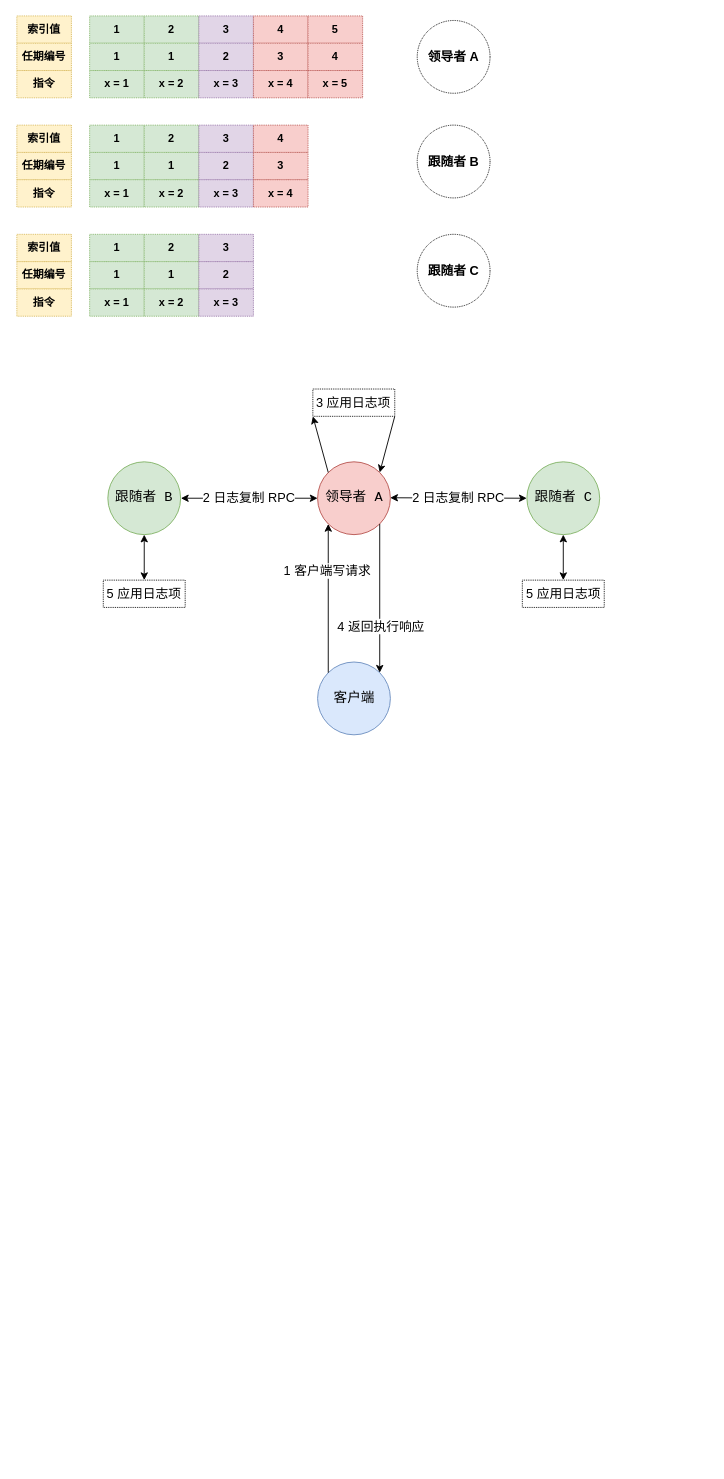
ming3000/draw_io keeps this draw.io diagram as raft_msg.drawio. Above is the earlier version. Source tidied: cells renumbered, new cells numbered last; positions are measured from the earlier drawing's top-left corner, leaving out a move shared by most shapes. Both pictures are drawn from the tidied source at 91%, with x=0, y=0 at pixel (16, 15).
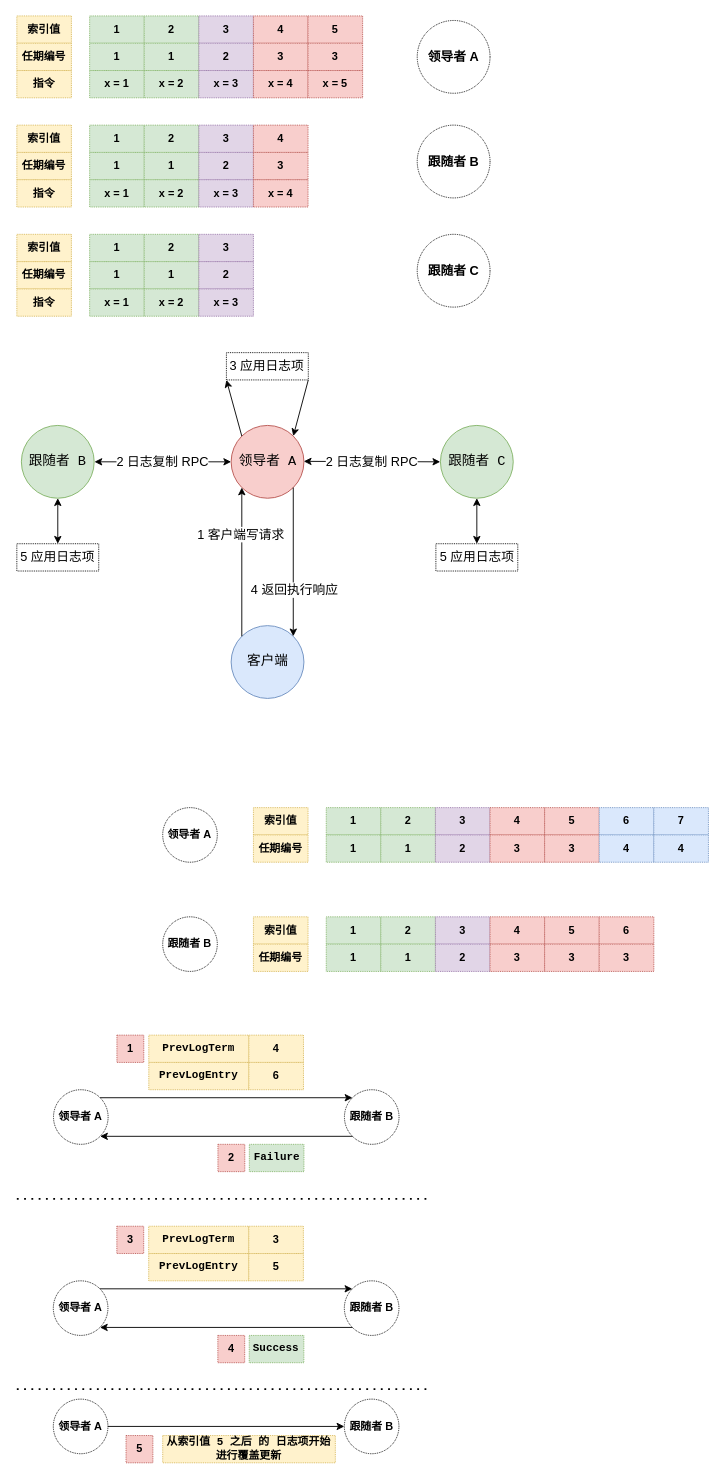
After the change.

The edit, as a diff of the source:
```diff
@@
-    <mxCell id="24" value="4" style="rounded=0;whiteSpace=wrap;html=1;fontStyle=1;dashed=1;dashPattern=1 1;fillColor=#f8cecc;strokeColor=#b85450;" parent="1" vertex="1">
+    <mxCell id="24" value="3" style="rounded=0;whiteSpace=wrap;html=1;fontStyle=1;dashed=1;dashPattern=1 1;fillColor=#f8cecc;strokeColor=#b85450;" parent="1" vertex="1">
       <mxGeometry x="320" y="30" width="60" height="30" as="geometry" />
     </mxCell>
@@
     <mxCell id="50" value="跟随者 B" style="ellipse;whiteSpace=wrap;html=1;fontFamily=Courier New;fontSize=15;fillColor=#d5e8d4;strokeColor=#82b366;" parent="1" vertex="1">
-      <mxGeometry x="100" y="490" width="80" height="80" as="geometry" />
+      <mxGeometry x="5" y="450" width="80" height="80" as="geometry" />
     </mxCell>
     <mxCell id="51" value="跟随者 C" style="ellipse;whiteSpace=wrap;html=1;fontFamily=Courier New;fontSize=15;fillColor=#d5e8d4;strokeColor=#82b366;" parent="1" vertex="1">
-      <mxGeometry x="560.5" y="490" width="80" height="80" as="geometry" />
+      <mxGeometry x="465.5" y="450" width="80" height="80" as="geometry" />
     </mxCell>
     <mxCell id="52" value="领导者 A" style="ellipse;whiteSpace=wrap;html=1;fontFamily=Courier New;fontSize=15;fillColor=#f8cecc;strokeColor=#b85450;" parent="1" vertex="1">
-      <mxGeometry x="330.5" y="490" width="80" height="80" as="geometry" />
+      <mxGeometry x="235.5" y="450" width="80" height="80" as="geometry" />
     </mxCell>
     <mxCell id="53" value="2 日志复制 RPC" style="endArrow=classic;startArrow=classic;html=1;rounded=0;fontSize=14;entryX=0;entryY=0.5;entryDx=0;entryDy=0;" parent="1" edge="1" target="52">
       <mxGeometry relative="1" as="geometry">
-        <mxPoint x="180.3" y="530" as="sourcePoint" />
+        <mxPoint x="85.3" y="490" as="sourcePoint" />
       </mxGeometry>
     </mxCell>
     <mxCell id="54" value="2 日志复制 RPC" style="endArrow=classic;startArrow=classic;html=1;rounded=0;fontSize=14;" parent="1" edge="1">
       <mxGeometry relative="1" as="geometry">
-        <mxPoint x="410.3" y="529.5" as="sourcePoint" />
-        <mxPoint x="560.3" y="530" as="targetPoint" />
+        <mxPoint x="315.3" y="489.5" as="sourcePoint" />
+        <mxPoint x="465.3" y="490" as="targetPoint" />
       </mxGeometry>
     </mxCell>
     <mxCell id="55" value="客户端" style="ellipse;whiteSpace=wrap;html=1;fontFamily=Courier New;fontSize=15;fillColor=#dae8fc;strokeColor=#6c8ebf;" parent="1" vertex="1">
-      <mxGeometry x="330.5" y="710" width="80" height="80" as="geometry" />
+      <mxGeometry x="235.5" y="670" width="80" height="80" as="geometry" />
     </mxCell>
@@
     <mxCell id="60" value="3 应用日志项" style="rounded=0;whiteSpace=wrap;html=1;dashed=1;dashPattern=1 1;fontSize=14;" parent="1" vertex="1">
-      <mxGeometry x="325.3" y="410" width="90" height="30" as="geometry" />
+      <mxGeometry x="230.3" y="370" width="90" height="30" as="geometry" />
     </mxCell>
@@
     <mxCell id="63" value="5 应用日志项" style="rounded=0;whiteSpace=wrap;html=1;dashed=1;dashPattern=1 1;fontSize=14;" parent="1" vertex="1">
-      <mxGeometry x="95" y="620" width="90" height="30" as="geometry" />
+      <mxGeometry y="580" width="90" height="30" as="geometry" />
     </mxCell>
     <mxCell id="64" value="5 应用日志项" style="rounded=0;whiteSpace=wrap;html=1;dashed=1;dashPattern=1 1;fontSize=14;" parent="1" vertex="1">
-      <mxGeometry x="555.5" y="620" width="90" height="30" as="geometry" />
+      <mxGeometry x="460.5" y="580" width="90" height="30" as="geometry" />
     </mxCell>
@@
+    <mxCell id="67" value="索引值" style="rounded=0;whiteSpace=wrap;html=1;fontStyle=1;dashed=1;dashPattern=1 1;fillColor=#fff2cc;strokeColor=#d6b656;" parent="1" vertex="1">
+      <mxGeometry x="260" y="870" width="60" height="30" as="geometry" />
+    </mxCell>
+    <mxCell id="68" value="任期编号" style="rounded=0;whiteSpace=wrap;html=1;fontStyle=1;dashed=1;dashPattern=1 1;fillColor=#fff2cc;strokeColor=#d6b656;" parent="1" vertex="1">
+      <mxGeometry x="260" y="900" width="60" height="30" as="geometry" />
+    </mxCell>
+    <mxCell id="69" value="1" style="rounded=0;whiteSpace=wrap;html=1;fontStyle=1;dashed=1;dashPattern=1 1;fillColor=#d5e8d4;strokeColor=#82b366;" parent="1" vertex="1">
+      <mxGeometry x="340" y="870" width="60" height="30" as="geometry" />
+    </mxCell>
+    <mxCell id="70" value="1" style="rounded=0;whiteSpace=wrap;html=1;fontStyle=1;dashed=1;dashPattern=1 1;fillColor=#d5e8d4;strokeColor=#82b366;" parent="1" vertex="1">
+      <mxGeometry x="340" y="900" width="60" height="30" as="geometry" />
+    </mxCell>
+    <mxCell id="71" value="索引值" style="rounded=0;whiteSpace=wrap;html=1;fontStyle=1;dashed=1;dashPattern=1 1;fillColor=#fff2cc;strokeColor=#d6b656;" parent="1" vertex="1">
+      <mxGeometry x="260" y="990" width="60" height="30" as="geometry" />
+    </mxCell>
+    <mxCell id="72" value="任期编号" style="rounded=0;whiteSpace=wrap;html=1;fontStyle=1;dashed=1;dashPattern=1 1;fillColor=#fff2cc;strokeColor=#d6b656;" parent="1" vertex="1">
+      <mxGeometry x="260" y="1020" width="60" height="30" as="geometry" />
+    </mxCell>
+    <mxCell id="73" value="2" style="rounded=0;whiteSpace=wrap;html=1;fontStyle=1;dashed=1;dashPattern=1 1;fillColor=#d5e8d4;strokeColor=#82b366;" parent="1" vertex="1">
+      <mxGeometry x="400" y="870" width="60" height="30" as="geometry" />
+    </mxCell>
+    <mxCell id="74" value="1" style="rounded=0;whiteSpace=wrap;html=1;fontStyle=1;dashed=1;dashPattern=1 1;fillColor=#d5e8d4;strokeColor=#82b366;" parent="1" vertex="1">
+      <mxGeometry x="400" y="900" width="60" height="30" as="geometry" />
+    </mxCell>
+    <mxCell id="75" value="3" style="rounded=0;whiteSpace=wrap;html=1;fontStyle=1;dashed=1;dashPattern=1 1;fillColor=#e1d5e7;strokeColor=#9673a6;" parent="1" vertex="1">
+      <mxGeometry x="460" y="870" width="60" height="30" as="geometry" />
+    </mxCell>
+    <mxCell id="76" value="2" style="rounded=0;whiteSpace=wrap;html=1;fontStyle=1;dashed=1;dashPattern=1 1;fillColor=#e1d5e7;strokeColor=#9673a6;" parent="1" vertex="1">
+      <mxGeometry x="460" y="900" width="60" height="30" as="geometry" />
+    </mxCell>
+    <mxCell id="77" value="4" style="rounded=0;whiteSpace=wrap;html=1;fontStyle=1;dashed=1;dashPattern=1 1;fillColor=#f8cecc;strokeColor=#b85450;" parent="1" vertex="1">
+      <mxGeometry x="520" y="870" width="60" height="30" as="geometry" />
+    </mxCell>
+    <mxCell id="78" value="3" style="rounded=0;whiteSpace=wrap;html=1;fontStyle=1;dashed=1;dashPattern=1 1;fillColor=#f8cecc;strokeColor=#b85450;" parent="1" vertex="1">
+      <mxGeometry x="520" y="900" width="60" height="30" as="geometry" />
+    </mxCell>
+    <mxCell id="79" value="5" style="rounded=0;whiteSpace=wrap;html=1;fontStyle=1;dashed=1;dashPattern=1 1;fillColor=#f8cecc;strokeColor=#b85450;" parent="1" vertex="1">
+      <mxGeometry x="580" y="870" width="60" height="30" as="geometry" />
+    </mxCell>
+    <mxCell id="80" value="3" style="rounded=0;whiteSpace=wrap;html=1;fontStyle=1;dashed=1;dashPattern=1 1;fillColor=#f8cecc;strokeColor=#b85450;" parent="1" vertex="1">
+      <mxGeometry x="580" y="900" width="60" height="30" as="geometry" />
+    </mxCell>
+    <mxCell id="81" value="1" style="rounded=0;whiteSpace=wrap;html=1;fontStyle=1;dashed=1;dashPattern=1 1;fillColor=#d5e8d4;strokeColor=#82b366;" parent="1" vertex="1">
+      <mxGeometry x="340" y="990" width="60" height="30" as="geometry" />
+    </mxCell>
+    <mxCell id="82" value="1" style="rounded=0;whiteSpace=wrap;html=1;fontStyle=1;dashed=1;dashPattern=1 1;fillColor=#d5e8d4;strokeColor=#82b366;" parent="1" vertex="1">
+      <mxGeometry x="340" y="1020" width="60" height="30" as="geometry" />
+    </mxCell>
+    <mxCell id="83" value="2" style="rounded=0;whiteSpace=wrap;html=1;fontStyle=1;dashed=1;dashPattern=1 1;fillColor=#d5e8d4;strokeColor=#82b366;" parent="1" vertex="1">
+      <mxGeometry x="400" y="990" width="60" height="30" as="geometry" />
+    </mxCell>
+    <mxCell id="84" value="1" style="rounded=0;whiteSpace=wrap;html=1;fontStyle=1;dashed=1;dashPattern=1 1;fillColor=#d5e8d4;strokeColor=#82b366;" parent="1" vertex="1">
+      <mxGeometry x="400" y="1020" width="60" height="30" as="geometry" />
+    </mxCell>
+    <mxCell id="85" value="3" style="rounded=0;whiteSpace=wrap;html=1;fontStyle=1;dashed=1;dashPattern=1 1;fillColor=#e1d5e7;strokeColor=#9673a6;" parent="1" vertex="1">
+      <mxGeometry x="460" y="990" width="60" height="30" as="geometry" />
+    </mxCell>
+    <mxCell id="86" value="2" style="rounded=0;whiteSpace=wrap;html=1;fontStyle=1;dashed=1;dashPattern=1 1;fillColor=#e1d5e7;strokeColor=#9673a6;" parent="1" vertex="1">
+      <mxGeometry x="460" y="1020" width="60" height="30" as="geometry" />
+    </mxCell>
+    <mxCell id="87" value="4" style="rounded=0;whiteSpace=wrap;html=1;fontStyle=1;dashed=1;dashPattern=1 1;fillColor=#f8cecc;strokeColor=#b85450;" parent="1" vertex="1">
+      <mxGeometry x="520" y="990" width="60" height="30" as="geometry" />
+    </mxCell>
+    <mxCell id="88" value="3" style="rounded=0;whiteSpace=wrap;html=1;fontStyle=1;dashed=1;dashPattern=1 1;fillColor=#f8cecc;strokeColor=#b85450;" parent="1" vertex="1">
+      <mxGeometry x="520" y="1020" width="60" height="30" as="geometry" />
+    </mxCell>
+    <mxCell id="89" value="领导者 A" style="ellipse;whiteSpace=wrap;html=1;dashed=1;dashPattern=1 1;fontStyle=1;fontSize=12;" parent="1" vertex="1">
+      <mxGeometry x="160.3" y="870" width="60" height="60" as="geometry" />
+    </mxCell>
+    <mxCell id="90" value="跟随者 B" style="ellipse;whiteSpace=wrap;html=1;dashed=1;dashPattern=1 1;fontStyle=1;fontSize=12;" parent="1" vertex="1">
+      <mxGeometry x="160.3" y="990" width="60" height="60" as="geometry" />
+    </mxCell>
+    <mxCell id="91" value="5" style="rounded=0;whiteSpace=wrap;html=1;fontStyle=1;dashed=1;dashPattern=1 1;fillColor=#f8cecc;strokeColor=#b85450;" parent="1" vertex="1">
+      <mxGeometry x="580" y="990" width="60" height="30" as="geometry" />
+    </mxCell>
+    <mxCell id="92" value="3" style="rounded=0;whiteSpace=wrap;html=1;fontStyle=1;dashed=1;dashPattern=1 1;fillColor=#f8cecc;strokeColor=#b85450;" parent="1" vertex="1">
+      <mxGeometry x="580" y="1020" width="60" height="30" as="geometry" />
+    </mxCell>
+    <mxCell id="93" value="6" style="rounded=0;whiteSpace=wrap;html=1;fontStyle=1;dashed=1;dashPattern=1 1;fillColor=#dae8fc;strokeColor=#6c8ebf;" parent="1" vertex="1">
+      <mxGeometry x="640" y="870" width="60" height="30" as="geometry" />
+    </mxCell>
+    <mxCell id="94" value="4" style="rounded=0;whiteSpace=wrap;html=1;fontStyle=1;dashed=1;dashPattern=1 1;fillColor=#dae8fc;strokeColor=#6c8ebf;" parent="1" vertex="1">
+      <mxGeometry x="640" y="900" width="60" height="30" as="geometry" />
+    </mxCell>
+    <mxCell id="95" value="7" style="rounded=0;whiteSpace=wrap;html=1;fontStyle=1;dashed=1;dashPattern=1 1;fillColor=#dae8fc;strokeColor=#6c8ebf;" parent="1" vertex="1">
+      <mxGeometry x="700" y="870" width="60" height="30" as="geometry" />
+    </mxCell>
+    <mxCell id="96" value="4" style="rounded=0;whiteSpace=wrap;html=1;fontStyle=1;dashed=1;dashPattern=1 1;fillColor=#dae8fc;strokeColor=#6c8ebf;" parent="1" vertex="1">
+      <mxGeometry x="700" y="900" width="60" height="30" as="geometry" />
+    </mxCell>
+    <mxCell id="97" value="6" style="rounded=0;whiteSpace=wrap;html=1;fontStyle=1;dashed=1;dashPattern=1 1;fillColor=#f8cecc;strokeColor=#b85450;" parent="1" vertex="1">
+      <mxGeometry x="640" y="990" width="60" height="30" as="geometry" />
+    </mxCell>
+    <mxCell id="98" value="3" style="rounded=0;whiteSpace=wrap;html=1;fontStyle=1;dashed=1;dashPattern=1 1;fillColor=#f8cecc;strokeColor=#b85450;" parent="1" vertex="1">
+      <mxGeometry x="640" y="1020" width="60" height="30" as="geometry" />
+    </mxCell>
+    <mxCell id="99" value="PrevLogTerm" style="rounded=0;whiteSpace=wrap;fontStyle=1;dashed=1;dashPattern=1 1;fillColor=#fff2cc;strokeColor=#d6b656;fontSize=12;fontFamily=Courier New;align=center;" parent="1" vertex="1">
+      <mxGeometry x="145" y="1120" width="110" height="30" as="geometry" />
+    </mxCell>
+    <mxCell id="100" value="PrevLogEntry" style="rounded=0;whiteSpace=wrap;fontStyle=1;dashed=1;dashPattern=1 1;fillColor=#fff2cc;strokeColor=#d6b656;fontSize=12;fontFamily=Courier New;align=center;" parent="1" vertex="1">
+      <mxGeometry x="145" y="1150" width="110" height="30" as="geometry" />
+    </mxCell>
+    <mxCell id="101" value="领导者 A" style="ellipse;whiteSpace=wrap;html=1;dashed=1;dashPattern=1 1;fontStyle=1;fontSize=12;" parent="1" vertex="1">
+      <mxGeometry x="40.3" y="1180" width="60" height="60" as="geometry" />
+    </mxCell>
+    <mxCell id="102" value="跟随者 B" style="ellipse;whiteSpace=wrap;html=1;dashed=1;dashPattern=1 1;fontStyle=1;fontSize=12;" parent="1" vertex="1">
+      <mxGeometry x="360" y="1180" width="60" height="60" as="geometry" />
+    </mxCell>
+    <mxCell id="103" value="4" style="rounded=0;whiteSpace=wrap;html=1;fontStyle=1;dashed=1;dashPattern=1 1;fillColor=#fff2cc;strokeColor=#d6b656;" parent="1" vertex="1">
+      <mxGeometry x="255" y="1120" width="60" height="30" as="geometry" />
+    </mxCell>
+    <mxCell id="104" value="6" style="rounded=0;whiteSpace=wrap;html=1;fontStyle=1;dashed=1;dashPattern=1 1;fillColor=#fff2cc;strokeColor=#d6b656;" parent="1" vertex="1">
+      <mxGeometry x="255" y="1150" width="60" height="30" as="geometry" />
+    </mxCell>
+    <mxCell id="105" style="endArrow=classic;html=1;rounded=0;fontFamily=Courier New;fontSize=12;exitX=1;exitY=0;exitDx=0;exitDy=0;entryX=0;entryY=0;entryDx=0;entryDy=0;" parent="1" edge="1" source="101" target="102">
+      <mxGeometry relative="1" as="geometry" />
+    </mxCell>
+    <mxCell id="106" value="1" style="rounded=0;whiteSpace=wrap;html=1;fontStyle=1;dashed=1;dashPattern=1 1;fillColor=#f8cecc;strokeColor=#b85450;" parent="1" vertex="1">
+      <mxGeometry x="110" y="1120" width="29.5" height="30" as="geometry" />
+    </mxCell>
+    <mxCell id="107" value="2" style="rounded=0;whiteSpace=wrap;html=1;fontStyle=1;dashed=1;dashPattern=1 1;fillColor=#f8cecc;strokeColor=#b85450;" parent="1" vertex="1">
+      <mxGeometry x="221" y="1240" width="29.5" height="30" as="geometry" />
+    </mxCell>
+    <mxCell id="108" value="Failure" style="rounded=0;whiteSpace=wrap;html=1;fontStyle=1;dashed=1;dashPattern=1 1;fillColor=#d5e8d4;strokeColor=#82b366;fontFamily=Courier New;" parent="1" vertex="1">
+      <mxGeometry x="255.5" y="1240" width="60" height="30" as="geometry" />
+    </mxCell>
+    <mxCell id="109" style="endArrow=classic;html=1;rounded=0;fontFamily=Courier New;fontSize=12;exitX=0;exitY=1;exitDx=0;exitDy=0;entryX=1;entryY=1;entryDx=0;entryDy=0;" parent="1" edge="1" source="102" target="101">
+      <mxGeometry relative="1" as="geometry" />
+    </mxCell>
+    <mxCell id="110" value="PrevLogTerm" style="rounded=0;whiteSpace=wrap;fontStyle=1;dashed=1;dashPattern=1 1;fillColor=#fff2cc;strokeColor=#d6b656;fontSize=12;fontFamily=Courier New;align=center;" parent="1" vertex="1">
+      <mxGeometry x="144.9" y="1330" width="110" height="30" as="geometry" />
+    </mxCell>
+    <mxCell id="111" value="PrevLogEntry" style="rounded=0;whiteSpace=wrap;fontStyle=1;dashed=1;dashPattern=1 1;fillColor=#fff2cc;strokeColor=#d6b656;fontSize=12;fontFamily=Courier New;align=center;" parent="1" vertex="1">
+      <mxGeometry x="144.9" y="1360" width="110" height="30" as="geometry" />
+    </mxCell>
+    <mxCell id="112" value="领导者 A" style="ellipse;whiteSpace=wrap;html=1;dashed=1;dashPattern=1 1;fontStyle=1;fontSize=12;" parent="1" vertex="1">
+      <mxGeometry x="40.1" y="1390" width="60" height="60" as="geometry" />
+    </mxCell>
+    <mxCell id="113" value="跟随者 B" style="ellipse;whiteSpace=wrap;html=1;dashed=1;dashPattern=1 1;fontStyle=1;fontSize=12;" parent="1" vertex="1">
+      <mxGeometry x="359.9" y="1390" width="60" height="60" as="geometry" />
+    </mxCell>
+    <mxCell id="114" value="3" style="rounded=0;whiteSpace=wrap;html=1;fontStyle=1;dashed=1;dashPattern=1 1;fillColor=#fff2cc;strokeColor=#d6b656;" parent="1" vertex="1">
+      <mxGeometry x="254.9" y="1330" width="60" height="30" as="geometry" />
+    </mxCell>
+    <mxCell id="115" value="5" style="rounded=0;whiteSpace=wrap;html=1;fontStyle=1;dashed=1;dashPattern=1 1;fillColor=#fff2cc;strokeColor=#d6b656;" parent="1" vertex="1">
+      <mxGeometry x="254.9" y="1360" width="60" height="30" as="geometry" />
+    </mxCell>
+    <mxCell id="116" style="endArrow=classic;html=1;rounded=0;fontFamily=Courier New;fontSize=12;exitX=1;exitY=0;exitDx=0;exitDy=0;entryX=0;entryY=0;entryDx=0;entryDy=0;" parent="1" edge="1" source="112" target="113">
+      <mxGeometry relative="1" as="geometry" />
+    </mxCell>
+    <mxCell id="117" value="3" style="rounded=0;whiteSpace=wrap;html=1;fontStyle=1;dashed=1;dashPattern=1 1;fillColor=#f8cecc;strokeColor=#b85450;" parent="1" vertex="1">
+      <mxGeometry x="109.9" y="1330" width="29.5" height="30" as="geometry" />
+    </mxCell>
+    <mxCell id="118" value="4" style="rounded=0;whiteSpace=wrap;html=1;fontStyle=1;dashed=1;dashPattern=1 1;fillColor=#f8cecc;strokeColor=#b85450;" parent="1" vertex="1">
+      <mxGeometry x="220.9" y="1450" width="29.5" height="30" as="geometry" />
+    </mxCell>
+    <mxCell id="119" value="Success" style="rounded=0;whiteSpace=wrap;html=1;fontStyle=1;dashed=1;dashPattern=1 1;fillColor=#d5e8d4;strokeColor=#82b366;fontFamily=Courier New;" parent="1" vertex="1">
+      <mxGeometry x="255.4" y="1450" width="60" height="30" as="geometry" />
+    </mxCell>
+    <mxCell id="120" style="endArrow=classic;html=1;rounded=0;fontFamily=Courier New;fontSize=12;exitX=0;exitY=1;exitDx=0;exitDy=0;entryX=1;entryY=1;entryDx=0;entryDy=0;" parent="1" edge="1" source="113" target="112">
+      <mxGeometry relative="1" as="geometry" />
+    </mxCell>
+    <mxCell id="121" value="从索引值 5 之后 的 日志项开始&#10;进行覆盖更新" style="rounded=0;whiteSpace=wrap;fontStyle=1;dashed=1;dashPattern=1 1;fillColor=#fff2cc;strokeColor=#d6b656;fontSize=12;fontFamily=Courier New;align=center;" parent="1" vertex="1">
+      <mxGeometry x="160.3" y="1560" width="189.7" height="30" as="geometry" />
+    </mxCell>
+    <mxCell id="122" value="领导者 A" style="ellipse;whiteSpace=wrap;html=1;dashed=1;dashPattern=1 1;fontStyle=1;fontSize=12;" parent="1" vertex="1">
+      <mxGeometry x="40.1" y="1520" width="60" height="60" as="geometry" />
+    </mxCell>
+    <mxCell id="123" value="跟随者 B" style="ellipse;whiteSpace=wrap;html=1;dashed=1;dashPattern=1 1;fontStyle=1;fontSize=12;" parent="1" vertex="1">
+      <mxGeometry x="359.9" y="1520" width="60" height="60" as="geometry" />
+    </mxCell>
+    <mxCell id="124" style="endArrow=classic;html=1;rounded=0;fontFamily=Courier New;fontSize=12;exitX=1;exitY=0.5;exitDx=0;exitDy=0;entryX=0;entryY=0.5;entryDx=0;entryDy=0;" parent="1" edge="1" source="122" target="123">
+      <mxGeometry relative="1" as="geometry" />
+    </mxCell>
+    <mxCell id="125" value="5" style="rounded=0;whiteSpace=wrap;html=1;fontStyle=1;dashed=1;dashPattern=1 1;fillColor=#f8cecc;strokeColor=#b85450;" parent="1" vertex="1">
+      <mxGeometry x="120" y="1560" width="29.5" height="30" as="geometry" />
+    </mxCell>
+    <mxCell id="126" style="endArrow=none;dashed=1;html=1;dashPattern=1 3;strokeWidth=2;rounded=0;fontFamily=Courier New;fontSize=12;" parent="1" edge="1">
+      <mxGeometry relative="1" as="geometry">
+        <mxPoint y="1300" as="sourcePoint" />
+        <mxPoint x="450" y="1300" as="targetPoint" />
+      </mxGeometry>
+    </mxCell>
+    <mxCell id="127" style="endArrow=none;dashed=1;html=1;dashPattern=1 3;strokeWidth=2;rounded=0;fontFamily=Courier New;fontSize=12;" parent="1" edge="1">
+      <mxGeometry relative="1" as="geometry">
+        <mxPoint y="1509" as="sourcePoint" />
+        <mxPoint x="450" y="1509" as="targetPoint" />
+      </mxGeometry>
+    </mxCell>
```
